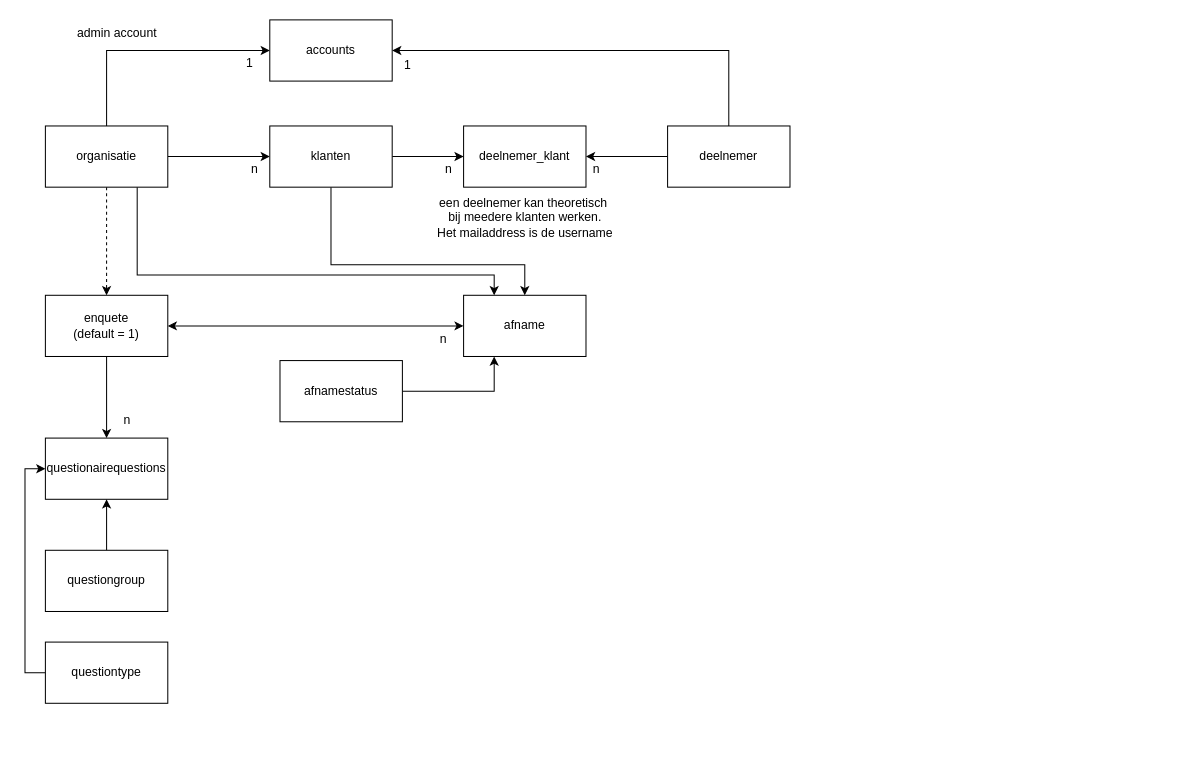
This is page "blokschema" (1 of 3) of ddo.drawio from wjputtoatkorma/cordova-samples, a draw.io file, before an edit. Source tidied: cells renumbered, new cells numbered last; positions are measured from the earlier drawing's top-left corner, leaving out a move shared by most shapes. Both pictures are drawn from the tidied source at 102%, with x=0, y=0 at pixel (45, 17).
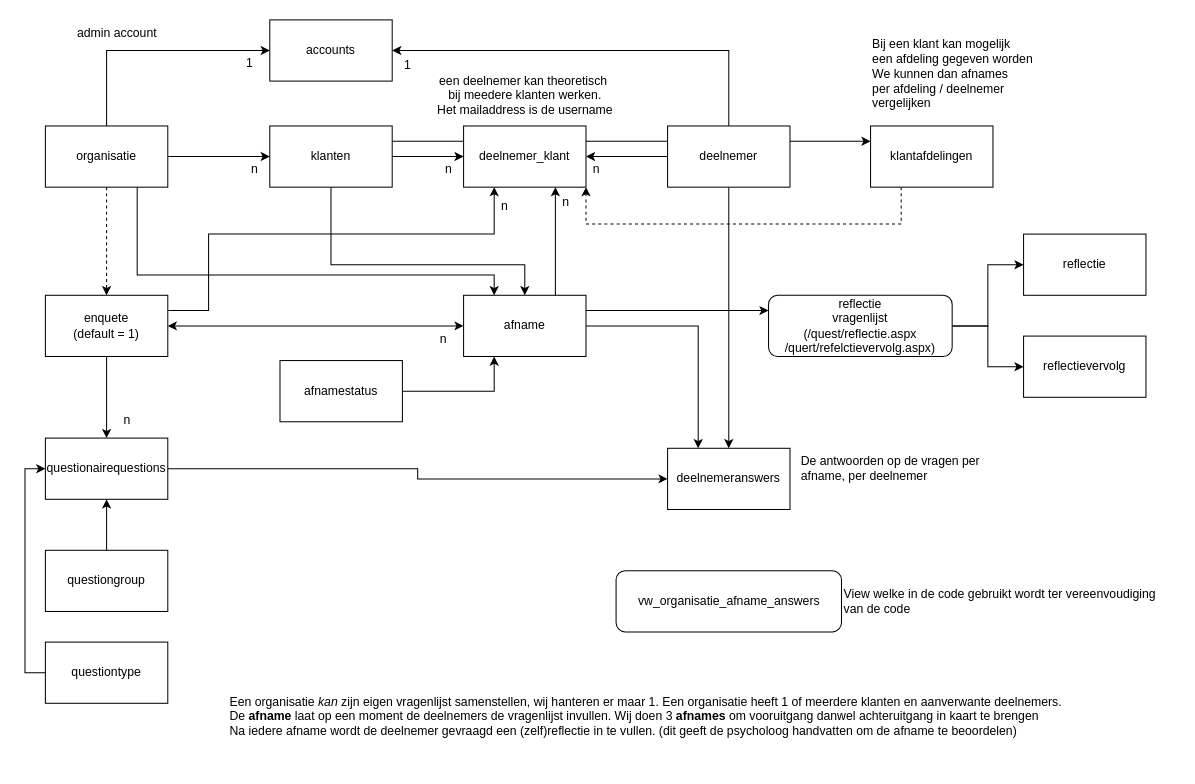
Above is the later version.

The change refers to these unchanged cells:
```xml
<mxCell id="10" value="klanten" style="rounded=0;whiteSpace=wrap;html=1;" parent="1" vertex="1">
  <mxGeometry x="220" y="106" width="120" height="60" as="geometry" />
</mxCell>
<mxCell id="12" value="deelnemer_klant" style="rounded=0;whiteSpace=wrap;html=1;" parent="1" vertex="1">
  <mxGeometry x="410" y="106" width="120" height="60" as="geometry" />
</mxCell>
<mxCell id="15" value="deelnemer" style="rounded=0;whiteSpace=wrap;html=1;" parent="1" vertex="1">
  <mxGeometry x="610" y="106" width="120" height="60" as="geometry" />
</mxCell>
<mxCell id="22" value="afname" style="rounded=0;whiteSpace=wrap;html=1;" parent="1" vertex="1">
  <mxGeometry x="410" y="272" width="120" height="60" as="geometry" />
</mxCell>
<mxCell id="24" value="enquete&lt;div&gt;(default = 1)&lt;/div&gt;" style="rounded=0;whiteSpace=wrap;html=1;" parent="1" vertex="1">
  <mxGeometry y="272" width="120" height="60" as="geometry" />
</mxCell>
<mxCell id="25" value="questionairequestions" style="rounded=0;whiteSpace=wrap;html=1;" parent="1" vertex="1">
  <mxGeometry y="412" width="120" height="60" as="geometry" />
</mxCell>
```

The edit, as a diff of the source:
```diff
@@
+    <mxCell id="35" style="edgeStyle=orthogonalEdgeStyle;rounded=0;jettySize=auto;html=1;exitX=1;exitY=0.25;exitDx=0;exitDy=0;entryX=0;entryY=0.25;entryDx=0;entryDy=0;" parent="1" edge="1" source="10" target="45">
+      <mxGeometry relative="1" as="geometry" />
+    </mxCell>
@@
+    <mxCell id="36" style="edgeStyle=orthogonalEdgeStyle;rounded=0;jettySize=auto;html=1;exitX=0.5;exitY=1;exitDx=0;exitDy=0;entryX=0.5;entryY=0;entryDx=0;entryDy=0;" parent="1" edge="1" source="15" target="47">
+      <mxGeometry relative="1" as="geometry" />
+    </mxCell>
@@
     <mxCell id="18" value="een deelnemer kan theoretisch&amp;nbsp;&lt;div&gt;bij&amp;nbsp;&lt;span style=&quot;background-color: initial;&quot;&gt;meedere klanten werken.&lt;/span&gt;&lt;/div&gt;&lt;div&gt;&lt;span style=&quot;background-color: initial;&quot;&gt;Het mailaddress is de username&lt;/span&gt;&lt;/div&gt;" style="text;html=1;align=center;verticalAlign=middle;strokeColor=none;fillColor=none;" parent="1" vertex="1">
-      <mxGeometry x="370" y="166" width="200" height="60" as="geometry" />
+      <mxGeometry x="370" y="46" width="200" height="60" as="geometry" />
     </mxCell>
@@
+    <mxCell id="37" style="edgeStyle=orthogonalEdgeStyle;rounded=0;jettySize=auto;html=1;exitX=0.75;exitY=0;exitDx=0;exitDy=0;entryX=0.75;entryY=1;entryDx=0;entryDy=0;" parent="1" edge="1" source="22" target="12">
+      <mxGeometry relative="1" as="geometry" />
+    </mxCell>
+    <mxCell id="38" style="edgeStyle=orthogonalEdgeStyle;rounded=0;jettySize=auto;html=1;exitX=1;exitY=0.5;exitDx=0;exitDy=0;entryX=0.25;entryY=0;entryDx=0;entryDy=0;" parent="1" edge="1" source="22" target="47">
+      <mxGeometry relative="1" as="geometry" />
+    </mxCell>
+    <mxCell id="39" style="edgeStyle=orthogonalEdgeStyle;rounded=0;jettySize=auto;html=1;exitX=1;exitY=0.25;exitDx=0;exitDy=0;entryX=0;entryY=0.25;entryDx=0;entryDy=0;" parent="1" edge="1" source="22" target="54">
+      <mxGeometry relative="1" as="geometry" />
+    </mxCell>
@@
+    <mxCell id="40" style="edgeStyle=orthogonalEdgeStyle;rounded=0;jettySize=auto;html=1;exitX=1;exitY=0.25;exitDx=0;exitDy=0;entryX=0.25;entryY=1;entryDx=0;entryDy=0;" parent="1" edge="1" source="24" target="12">
+      <mxGeometry relative="1" as="geometry">
+        <Array as="points">
+          <mxPoint x="160" y="287" />
+          <mxPoint x="160" y="212" />
+          <mxPoint x="440" y="212" />
+        </Array>
+      </mxGeometry>
+    </mxCell>
@@
+    <mxCell id="41" style="edgeStyle=orthogonalEdgeStyle;rounded=0;jettySize=auto;html=1;exitX=1;exitY=0.5;exitDx=0;exitDy=0;entryX=0;entryY=0.5;entryDx=0;entryDy=0;" parent="1" edge="1" source="25" target="47">
+      <mxGeometry relative="1" as="geometry" />
+    </mxCell>
@@
+    <mxCell id="42" value="n" style="text;html=1;align=center;verticalAlign=middle;strokeColor=none;fillColor=none;" parent="1" vertex="1">
+      <mxGeometry x="495" y="166" width="30" height="30" as="geometry" />
+    </mxCell>
+    <mxCell id="43" value="n" style="text;html=1;align=center;verticalAlign=middle;strokeColor=none;fillColor=none;" parent="1" vertex="1">
+      <mxGeometry x="435" y="170" width="30" height="30" as="geometry" />
+    </mxCell>
+    <mxCell id="44" style="edgeStyle=orthogonalEdgeStyle;rounded=0;jettySize=auto;html=1;exitX=0.25;exitY=1;exitDx=0;exitDy=0;entryX=1;entryY=1;entryDx=0;entryDy=0;dashed=1;" parent="1" edge="1" source="45" target="12">
+      <mxGeometry relative="1" as="geometry">
+        <Array as="points">
+          <mxPoint x="839" y="202" />
+          <mxPoint x="530" y="202" />
+        </Array>
+      </mxGeometry>
+    </mxCell>
+    <mxCell id="45" value="klantafdelingen" style="rounded=0;whiteSpace=wrap;html=1;" parent="1" vertex="1">
+      <mxGeometry x="809" y="106" width="120" height="60" as="geometry" />
+    </mxCell>
+    <mxCell id="46" value="Bij een klant kan mogelijk&amp;nbsp;&lt;div&gt;een afdeling gegeven worden&lt;/div&gt;&lt;div&gt;We kunnen dan afnames&lt;/div&gt;&lt;div&gt;per afdeling / deelnemer&lt;/div&gt;&lt;div&gt;vergelijken&lt;br&gt;&lt;div&gt;&lt;br&gt;&lt;/div&gt;&lt;/div&gt;" style="text;html=1;align=left;verticalAlign=middle;strokeColor=none;fillColor=none;" parent="1" vertex="1">
+      <mxGeometry x="809" y="12" width="180" height="100" as="geometry" />
+    </mxCell>
+    <mxCell id="47" value="deelnemeranswers" style="rounded=0;whiteSpace=wrap;html=1;" parent="1" vertex="1">
+      <mxGeometry x="610" y="422" width="120" height="60" as="geometry" />
+    </mxCell>
+    <mxCell id="48" value="De antwoorden op de vragen per&amp;nbsp;&lt;div&gt;afname, per deelnemer&lt;/div&gt;" style="text;html=1;align=left;verticalAlign=middle;strokeColor=none;fillColor=none;" parent="1" vertex="1">
+      <mxGeometry x="739" y="422" width="200" height="40" as="geometry" />
+    </mxCell>
+    <mxCell id="49" value="&lt;span style=&quot;text-align: left;&quot;&gt;vw_organisatie_afname_answers&lt;/span&gt;" style="rounded=1;whiteSpace=wrap;html=1;" parent="1" vertex="1">
+      <mxGeometry x="559.5" y="542" width="221" height="60" as="geometry" />
+    </mxCell>
+    <mxCell id="50" value="View welke in de code gebruikt wordt ter vereenvoudiging&lt;div&gt;van de code&lt;/div&gt;" style="text;html=1;align=left;verticalAlign=middle;strokeColor=none;fillColor=none;" parent="1" vertex="1">
+      <mxGeometry x="780.5" y="552" width="330" height="40" as="geometry" />
+    </mxCell>
+    <mxCell id="51" value="&lt;h1 style=&quot;margin-top: 0px;&quot;&gt;&lt;br style=&quot;font-size: 12px;&quot;&gt;&lt;/h1&gt;&lt;p&gt;Een organisatie &lt;i&gt;kan &lt;/i&gt;zijn eigen vragenlijst samenstellen, wij hanteren er maar 1. Een organisatie heeft 1 of meerdere klanten en aanverwante deelnemers.&lt;br&gt;De &lt;b&gt;afname &lt;/b&gt;laat op een moment de deelnemers de vragenlijst invullen. Wij doen 3 &lt;b&gt;afnames&lt;/b&gt; om vooruitgang danwel achteruitgang in kaart te brengen&lt;br&gt;Na iedere afname wordt de deelnemer gevraagd een (zelf)reflectie in te vullen. (dit geeft de psycholoog handvatten om de afname te beoordelen)&lt;/p&gt;" style="text;html=1;whiteSpace=wrap;overflow=hidden;rounded=0;" parent="1" vertex="1">
+      <mxGeometry x="179" y="612" width="890" height="120" as="geometry" />
+    </mxCell>
+    <mxCell id="52" style="edgeStyle=orthogonalEdgeStyle;rounded=0;jettySize=auto;html=1;exitX=1;exitY=0.5;exitDx=0;exitDy=0;entryX=0;entryY=0.5;entryDx=0;entryDy=0;" parent="1" edge="1" source="54" target="55">
+      <mxGeometry relative="1" as="geometry" />
+    </mxCell>
+    <mxCell id="53" style="edgeStyle=orthogonalEdgeStyle;rounded=0;jettySize=auto;html=1;exitX=1;exitY=0.5;exitDx=0;exitDy=0;entryX=0;entryY=0.5;entryDx=0;entryDy=0;" parent="1" edge="1" source="54" target="56">
+      <mxGeometry relative="1" as="geometry" />
+    </mxCell>
+    <mxCell id="54" value="reflectie&lt;div&gt;vragenlijst&lt;/div&gt;&lt;div&gt;(/quest/reflectie.aspx&lt;/div&gt;&lt;div&gt;/quert/refelctievervolg.aspx)&lt;/div&gt;" style="rounded=1;whiteSpace=wrap;html=1;" parent="1" vertex="1">
+      <mxGeometry x="709" y="272" width="180" height="60" as="geometry" />
+    </mxCell>
+    <mxCell id="55" value="reflectie" style="rounded=0;whiteSpace=wrap;html=1;" parent="1" vertex="1">
+      <mxGeometry x="959" y="212" width="120" height="60" as="geometry" />
+    </mxCell>
+    <mxCell id="56" value="reflectievervolg" style="rounded=0;whiteSpace=wrap;html=1;" parent="1" vertex="1">
+      <mxGeometry x="959" y="312" width="120" height="60" as="geometry" />
+    </mxCell>
```
